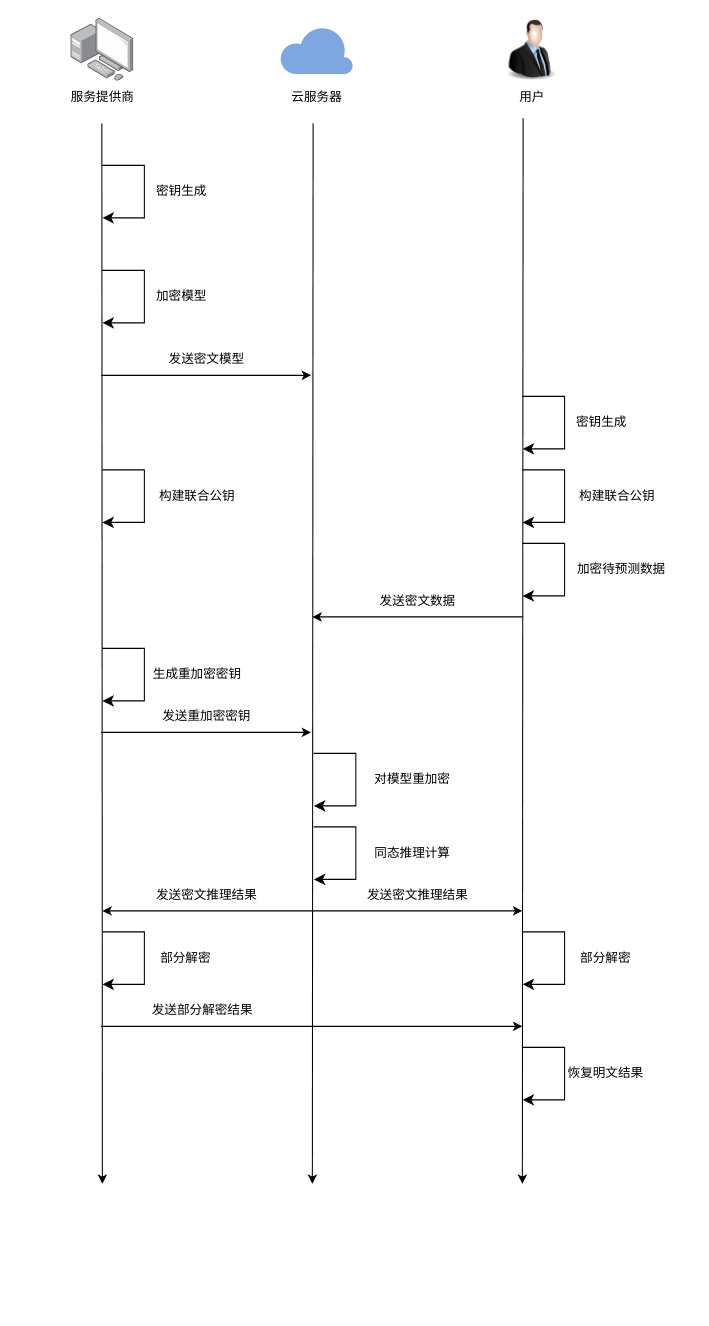
Above: figures/方案流程图新.drawio in mokatto/drawio (draw.io), before the change. Source tidied: cells renumbered, new cells numbered last; positions are measured from the earlier drawing's top-left corner, leaving out a move shared by most shapes. Both pictures are drawn from the tidied source at 105%, with x=0, y=0 at pixel (60, 18).
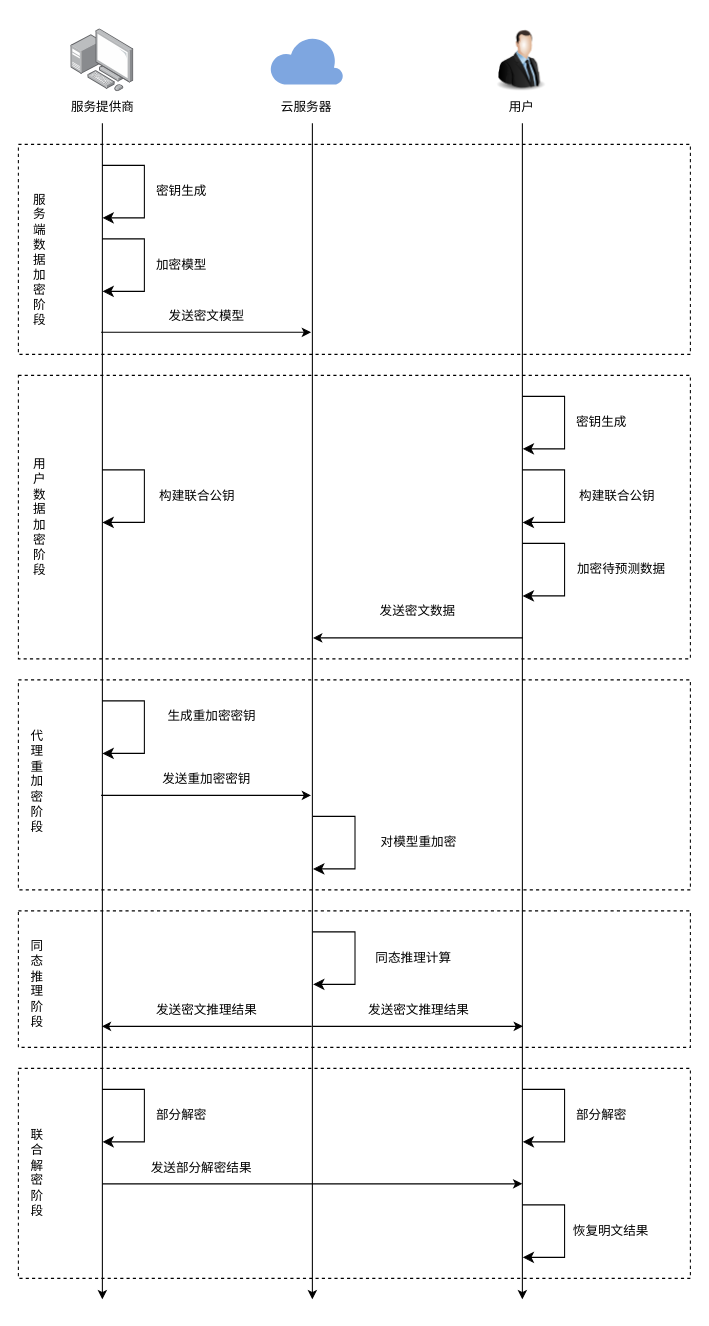
The same page after the edit.

Commit message (it also covers changes not shown here):
更新方案流程图新.drawio

What changed in the source:
```diff
@@
+    <mxCell id="47" style="rounded=0;whiteSpace=wrap;html=1;dashed=1;fillColor=none;" parent="1" vertex="1">
+      <mxGeometry x="-40" y="1000" width="640" height="200" as="geometry" />
+    </mxCell>
+    <mxCell id="48" style="rounded=0;whiteSpace=wrap;html=1;dashed=1;fillColor=none;" parent="1" vertex="1">
+      <mxGeometry x="-40" y="850" width="640" height="130" as="geometry" />
+    </mxCell>
+    <mxCell id="49" style="rounded=0;whiteSpace=wrap;html=1;dashed=1;fillColor=none;" parent="1" vertex="1">
+      <mxGeometry x="-40" y="630" width="640" height="200" as="geometry" />
+    </mxCell>
+    <mxCell id="50" style="rounded=0;whiteSpace=wrap;html=1;dashed=1;fillColor=none;" parent="1" vertex="1">
+      <mxGeometry x="-40" y="120" width="640" height="200" as="geometry" />
+    </mxCell>
     <mxCell id="2" style="image;html=1;image=img/lib/clip_art/people/Suit_Man_128x128.png;" parent="1" vertex="1">
-      <mxGeometry x="418.8" width="60" height="60" as="geometry" />
+      <mxGeometry x="408.8" y="10" width="60" height="60" as="geometry" />
     </mxCell>
     <mxCell id="3" value="用户" style="text;html=1;align=center;verticalAlign=middle;strokeColor=none;fillColor=none;" parent="1" vertex="1">
-      <mxGeometry x="423.8" y="60" width="50" height="30" as="geometry" />
+      <mxGeometry x="413.8" y="70" width="50" height="30" as="geometry" />
     </mxCell>
     <mxCell id="4" style="image;html=1;align=center;shadow=0;dashed=0;image=img/lib/allied_telesis/computer_and_terminals/Personal_Computer_with_Server.svg;" parent="1" vertex="1">
-      <mxGeometry x="10" width="60" height="60" as="geometry" />
+      <mxGeometry x="10" y="10" width="60" height="60" as="geometry" />
     </mxCell>
     <mxCell id="5" value="服务提供商" style="text;html=1;align=center;verticalAlign=middle;strokeColor=none;fillColor=none;" parent="1" vertex="1">
-      <mxGeometry y="60" width="80" height="30" as="geometry" />
+      <mxGeometry y="70" width="80" height="30" as="geometry" />
     </mxCell>
     <mxCell id="6" style="verticalLabelPosition=bottom;html=1;verticalAlign=top;align=center;strokeColor=none;fillColor=#7EA6E0;shape=mxgraph.azure.cloud;" parent="1" vertex="1">
-      <mxGeometry x="208.8" y="7" width="70" height="46" as="geometry" />
+      <mxGeometry x="199.4" y="17" width="70" height="46" as="geometry" />
     </mxCell>
     <mxCell id="7" value="云服务器" style="text;html=1;align=center;verticalAlign=middle;strokeColor=none;fillColor=none;" parent="1" vertex="1">
-      <mxGeometry x="208.8" y="60" width="70" height="30" as="geometry" />
+      <mxGeometry x="199.4" y="70" width="70" height="30" as="geometry" />
     </mxCell>
     <mxCell id="8" style="endArrow=classic;html=1;rounded=0;" parent="1" edge="1">
       <mxGeometry relative="1" as="geometry">
-        <mxPoint x="39.5" y="100" as="sourcePoint" />
-        <mxPoint x="40" y="1110" as="targetPoint" />
+        <mxPoint x="40" y="100" as="sourcePoint" />
+        <mxPoint x="40" y="1220" as="targetPoint" />
       </mxGeometry>
     </mxCell>
     <mxCell id="9" style="endArrow=classic;html=1;rounded=0;" parent="1" edge="1">
       <mxGeometry relative="1" as="geometry">
-        <mxPoint x="240.7" y="100" as="sourcePoint" />
-        <mxPoint x="240" y="1110" as="targetPoint" />
+        <mxPoint x="240" y="100" as="sourcePoint" />
+        <mxPoint x="240" y="1220" as="targetPoint" />
       </mxGeometry>
     </mxCell>
     <mxCell id="10" style="endArrow=classic;html=1;rounded=0;" parent="1" edge="1">
       <mxGeometry relative="1" as="geometry">
-        <mxPoint x="440.7" y="95" as="sourcePoint" />
-        <mxPoint x="440" y="1110" as="targetPoint" />
+        <mxPoint x="440" y="100" as="sourcePoint" />
+        <mxPoint x="440" y="1220" as="targetPoint" />
       </mxGeometry>
     </mxCell>
@@
     <mxCell id="13" style="edgeStyle=elbowEdgeStyle;elbow=horizontal;endArrow=classic;html=1;curved=0;rounded=0;endSize=8;startSize=8;" parent="1" edge="1">
       <mxGeometry relative="1" as="geometry">
-        <mxPoint x="39.8" y="240" as="sourcePoint" />
-        <mxPoint x="40" y="290" as="targetPoint" />
+        <mxPoint x="39.8" y="210" as="sourcePoint" />
+        <mxPoint x="40" y="260" as="targetPoint" />
         <Array as="points">
-          <mxPoint x="80" y="270" />
+          <mxPoint x="80" y="240" />
         </Array>
       </mxGeometry>
     </mxCell>
     <mxCell id="14" value="加密模型" style="text;html=1;align=center;verticalAlign=middle;strokeColor=none;fillColor=none;" parent="1" vertex="1">
-      <mxGeometry x="80" y="250" width="70" height="30" as="geometry" />
+      <mxGeometry x="80" y="220" width="70" height="30" as="geometry" />
     </mxCell>
     <mxCell id="15" style="endArrow=classic;html=1;rounded=0;" parent="1" edge="1">
       <mxGeometry relative="1" as="geometry">
-        <mxPoint x="38.8" y="340" as="sourcePoint" />
-        <mxPoint x="238.8" y="340" as="targetPoint" />
+        <mxPoint x="38.8" y="299" as="sourcePoint" />
+        <mxPoint x="238.8" y="299" as="targetPoint" />
       </mxGeometry>
     </mxCell>
     <mxCell id="16" value="发送密文模型" style="text;html=1;align=center;verticalAlign=middle;strokeColor=none;fillColor=none;" parent="1" vertex="1">
-      <mxGeometry x="88.8" y="310" width="100" height="30" as="geometry" />
+      <mxGeometry x="88.8" y="269" width="100" height="30" as="geometry" />
     </mxCell>
@@
     <mxCell id="25" style="endArrow=classic;html=1;rounded=0;" parent="1" edge="1">
       <mxGeometry relative="1" as="geometry">
-        <mxPoint x="440" y="570" as="sourcePoint" />
-        <mxPoint x="240" y="570" as="targetPoint" />
+        <mxPoint x="440.6" y="590" as="sourcePoint" />
+        <mxPoint x="240.6" y="590" as="targetPoint" />
       </mxGeometry>
     </mxCell>
     <mxCell id="26" value="发送密文数据" style="text;html=1;align=center;verticalAlign=middle;strokeColor=none;fillColor=none;" parent="1" vertex="1">
-      <mxGeometry x="290" y="540" width="100" height="30" as="geometry" />
+      <mxGeometry x="290" y="550" width="100" height="30" as="geometry" />
     </mxCell>
     <mxCell id="27" style="edgeStyle=elbowEdgeStyle;elbow=horizontal;endArrow=classic;html=1;curved=0;rounded=0;endSize=8;startSize=8;" parent="1" edge="1">
       <mxGeometry relative="1" as="geometry">
-        <mxPoint x="39.8" y="600" as="sourcePoint" />
-        <mxPoint x="40" y="650" as="targetPoint" />
+        <mxPoint x="39.8" y="650" as="sourcePoint" />
+        <mxPoint x="40" y="700" as="targetPoint" />
         <Array as="points">
-          <mxPoint x="80" y="630" />
+          <mxPoint x="80" y="680" />
         </Array>
       </mxGeometry>
     </mxCell>
     <mxCell id="28" value="生成重加密密钥" style="text;html=1;align=center;verticalAlign=middle;strokeColor=none;fillColor=none;" parent="1" vertex="1">
-      <mxGeometry x="75" y="610" width="110" height="30" as="geometry" />
+      <mxGeometry x="88.8" y="650" width="110" height="30" as="geometry" />
     </mxCell>
     <mxCell id="29" style="endArrow=classic;html=1;rounded=0;" parent="1" edge="1">
       <mxGeometry relative="1" as="geometry">
-        <mxPoint x="38.8" y="680" as="sourcePoint" />
-        <mxPoint x="238.8" y="680" as="targetPoint" />
+        <mxPoint x="38.8" y="740" as="sourcePoint" />
+        <mxPoint x="238.8" y="740" as="targetPoint" />
       </mxGeometry>
     </mxCell>
     <mxCell id="30" value="发送重加密密钥" style="text;html=1;align=center;verticalAlign=middle;strokeColor=none;fillColor=none;" parent="1" vertex="1">
-      <mxGeometry x="83.8" y="650" width="110" height="30" as="geometry" />
+      <mxGeometry x="84.4" y="710" width="110" height="30" as="geometry" />
     </mxCell>
     <mxCell id="31" style="edgeStyle=elbowEdgeStyle;elbow=horizontal;endArrow=classic;html=1;curved=0;rounded=0;endSize=8;startSize=8;" parent="1" edge="1">
       <mxGeometry relative="1" as="geometry">
-        <mxPoint x="241.2" y="700" as="sourcePoint" />
-        <mxPoint x="241.4" y="750" as="targetPoint" />
+        <mxPoint x="240.4" y="760" as="sourcePoint" />
+        <mxPoint x="240.6" y="810" as="targetPoint" />
         <Array as="points">
-          <mxPoint x="281.4" y="730" />
+          <mxPoint x="280.6" y="790" />
         </Array>
       </mxGeometry>
     </mxCell>
     <mxCell id="32" value="对模型重加密" style="text;html=1;align=center;verticalAlign=middle;strokeColor=none;fillColor=none;" parent="1" vertex="1">
-      <mxGeometry x="285" y="710" width="100" height="30" as="geometry" />
+      <mxGeometry x="290.6" y="770" width="100" height="30" as="geometry" />
     </mxCell>
     <mxCell id="33" style="edgeStyle=elbowEdgeStyle;elbow=horizontal;endArrow=classic;html=1;curved=0;rounded=0;endSize=8;startSize=8;" parent="1" edge="1">
       <mxGeometry relative="1" as="geometry">
-        <mxPoint x="241.2" y="770" as="sourcePoint" />
-        <mxPoint x="241.4" y="820" as="targetPoint" />
+        <mxPoint x="240.4" y="870" as="sourcePoint" />
+        <mxPoint x="240.6" y="920" as="targetPoint" />
         <Array as="points">
-          <mxPoint x="281.4" y="800" />
+          <mxPoint x="280.6" y="900" />
         </Array>
       </mxGeometry>
     </mxCell>
     <mxCell id="34" value="同态推理计算" style="text;html=1;align=center;verticalAlign=middle;strokeColor=none;fillColor=none;" parent="1" vertex="1">
-      <mxGeometry x="285" y="780" width="100" height="30" as="geometry" />
+      <mxGeometry x="285.6" y="880" width="100" height="30" as="geometry" />
     </mxCell>
     <mxCell id="35" style="endArrow=classic;html=1;rounded=0;" parent="1" edge="1">
       <mxGeometry relative="1" as="geometry">
-        <mxPoint x="240" y="850" as="sourcePoint" />
-        <mxPoint x="440" y="850" as="targetPoint" />
+        <mxPoint x="240.6" y="960" as="sourcePoint" />
+        <mxPoint x="440.6" y="960" as="targetPoint" />
       </mxGeometry>
     </mxCell>
     <mxCell id="36" style="endArrow=classic;html=1;rounded=0;" parent="1" edge="1">
       <mxGeometry relative="1" as="geometry">
-        <mxPoint x="240" y="850" as="sourcePoint" />
-        <mxPoint x="40" y="850" as="targetPoint" />
+        <mxPoint x="239.4" y="960" as="sourcePoint" />
+        <mxPoint x="39.4" y="960" as="targetPoint" />
       </mxGeometry>
     </mxCell>
     <mxCell id="37" value="发送密文推理结果" style="text;html=1;align=center;verticalAlign=middle;strokeColor=none;fillColor=none;" parent="1" vertex="1">
-      <mxGeometry x="78.8" y="820" width="120" height="30" as="geometry" />
+      <mxGeometry x="79.4" y="930" width="120" height="30" as="geometry" />
     </mxCell>
     <mxCell id="38" value="发送密文推理结果" style="text;html=1;align=center;verticalAlign=middle;strokeColor=none;fillColor=none;" parent="1" vertex="1">
-      <mxGeometry x="280" y="820" width="120" height="30" as="geometry" />
+      <mxGeometry x="280.6" y="930" width="120" height="30" as="geometry" />
     </mxCell>
     <mxCell id="39" style="edgeStyle=elbowEdgeStyle;elbow=horizontal;endArrow=classic;html=1;curved=0;rounded=0;endSize=8;startSize=8;" parent="1" edge="1">
       <mxGeometry relative="1" as="geometry">
-        <mxPoint x="39.8" y="870" as="sourcePoint" />
-        <mxPoint x="40" y="920" as="targetPoint" />
+        <mxPoint x="39.8" y="1020" as="sourcePoint" />
+        <mxPoint x="40" y="1070" as="targetPoint" />
         <Array as="points">
-          <mxPoint x="80" y="900" />
+          <mxPoint x="80" y="1050" />
         </Array>
       </mxGeometry>
     </mxCell>
     <mxCell id="40" value="部分解密" style="text;html=1;align=center;verticalAlign=middle;strokeColor=none;fillColor=none;" parent="1" vertex="1">
-      <mxGeometry x="83.8" y="880" width="70" height="30" as="geometry" />
+      <mxGeometry x="80" y="1030" width="70" height="30" as="geometry" />
     </mxCell>
     <mxCell id="41" style="edgeStyle=elbowEdgeStyle;elbow=horizontal;endArrow=classic;html=1;curved=0;rounded=0;endSize=8;startSize=8;" parent="1" edge="1">
       <mxGeometry relative="1" as="geometry">
-        <mxPoint x="440" y="870" as="sourcePoint" />
-        <mxPoint x="440.2" y="920" as="targetPoint" />
+        <mxPoint x="440" y="1020" as="sourcePoint" />
+        <mxPoint x="440.2" y="1070" as="targetPoint" />
         <Array as="points">
-          <mxPoint x="480.2" y="900" />
+          <mxPoint x="480.2" y="1050" />
         </Array>
       </mxGeometry>
     </mxCell>
     <mxCell id="42" value="部分解密" style="text;html=1;align=center;verticalAlign=middle;strokeColor=none;fillColor=none;" parent="1" vertex="1">
-      <mxGeometry x="484" y="880" width="70" height="30" as="geometry" />
+      <mxGeometry x="480.2" y="1030" width="70" height="30" as="geometry" />
     </mxCell>
     <mxCell id="43" style="endArrow=classic;html=1;rounded=0;" parent="1" edge="1">
       <mxGeometry relative="1" as="geometry">
-        <mxPoint x="38.8" y="960" as="sourcePoint" />
-        <mxPoint x="440" y="960" as="targetPoint" />
+        <mxPoint x="40" y="1110" as="sourcePoint" />
+        <mxPoint x="440" y="1110" as="targetPoint" />
         <Array as="points">
-          <mxPoint x="250" y="960" />
+          <mxPoint x="254.4" y="1110" />
         </Array>
       </mxGeometry>
     </mxCell>
     <mxCell id="44" value="发送部分解密结果" style="text;html=1;align=center;verticalAlign=middle;strokeColor=none;fillColor=none;" parent="1" vertex="1">
-      <mxGeometry x="75" y="930" width="120" height="30" as="geometry" />
+      <mxGeometry x="74.4" y="1080" width="120" height="30" as="geometry" />
     </mxCell>
     <mxCell id="45" style="edgeStyle=elbowEdgeStyle;elbow=horizontal;endArrow=classic;html=1;curved=0;rounded=0;endSize=8;startSize=8;" parent="1" edge="1">
       <mxGeometry relative="1" as="geometry">
-        <mxPoint x="440" y="980" as="sourcePoint" />
-        <mxPoint x="440.2" y="1030" as="targetPoint" />
+        <mxPoint x="440" y="1130" as="sourcePoint" />
+        <mxPoint x="440.2" y="1180" as="targetPoint" />
         <Array as="points">
-          <mxPoint x="480.2" y="1010" />
+          <mxPoint x="480.2" y="1160" />
         </Array>
       </mxGeometry>
     </mxCell>
     <mxCell id="46" value="恢复明文结果" style="text;html=1;align=center;verticalAlign=middle;strokeColor=none;fillColor=none;" parent="1" vertex="1">
-      <mxGeometry x="469" y="990" width="100" height="30" as="geometry" />
+      <mxGeometry x="473.8" y="1140" width="100" height="30" as="geometry" />
     </mxCell>
+    <mxCell id="51" value="服&lt;br&gt;务&lt;br&gt;端&lt;br&gt;数&lt;br&gt;据&lt;br&gt;加&lt;br&gt;密&lt;br&gt;阶&lt;br&gt;段" style="text;html=1;align=center;verticalAlign=middle;strokeColor=none;fillColor=none;" parent="1" vertex="1">
+      <mxGeometry x="-40" y="160" width="40" height="140" as="geometry" />
+    </mxCell>
+    <mxCell id="52" style="rounded=0;whiteSpace=wrap;html=1;dashed=1;fillColor=none;" parent="1" vertex="1">
+      <mxGeometry x="-40" y="340" width="640" height="270" as="geometry" />
+    </mxCell>
+    <mxCell id="53" value="用&lt;br&gt;户&lt;br&gt;数&lt;br&gt;据&lt;br&gt;加&lt;br&gt;密&lt;br&gt;阶&lt;br&gt;段" style="text;html=1;align=center;verticalAlign=middle;strokeColor=none;fillColor=none;" parent="1" vertex="1">
+      <mxGeometry x="-40" y="410" width="40" height="130" as="geometry" />
+    </mxCell>
+    <mxCell id="54" value="&lt;span style=&quot;color: rgb(0, 0, 0); font-family: Helvetica; font-size: 12px; font-style: normal; font-variant-ligatures: normal; font-variant-caps: normal; font-weight: 400; letter-spacing: normal; orphans: 2; text-align: center; text-indent: 0px; text-transform: none; widows: 2; word-spacing: 0px; -webkit-text-stroke-width: 0px; background-color: rgb(255, 255, 255); text-decoration-thickness: initial; text-decoration-style: initial; text-decoration-color: initial; float: none; display: inline !important;&quot;&gt;代&lt;/span&gt;&lt;br style=&quot;border-color: var(--border-color); color: rgb(0, 0, 0); font-family: Helvetica; font-size: 12px; font-style: normal; font-variant-ligatures: normal; font-variant-caps: normal; font-weight: 400; letter-spacing: normal; orphans: 2; text-align: center; text-indent: 0px; text-transform: none; widows: 2; word-spacing: 0px; -webkit-text-stroke-width: 0px; background-color: rgb(255, 255, 255); text-decoration-thickness: initial; text-decoration-style: initial; text-decoration-color: initial;&quot;&gt;&lt;span style=&quot;color: rgb(0, 0, 0); font-family: Helvetica; font-size: 12px; font-style: normal; font-variant-ligatures: normal; font-variant-caps: normal; font-weight: 400; letter-spacing: normal; orphans: 2; text-align: center; text-indent: 0px; text-transform: none; widows: 2; word-spacing: 0px; -webkit-text-stroke-width: 0px; background-color: rgb(255, 255, 255); text-decoration-thickness: initial; text-decoration-style: initial; text-decoration-color: initial; float: none; display: inline !important;&quot;&gt;理&lt;/span&gt;&lt;br style=&quot;border-color: var(--border-color); color: rgb(0, 0, 0); font-family: Helvetica; font-size: 12px; font-style: normal; font-variant-ligatures: normal; font-variant-caps: normal; font-weight: 400; letter-spacing: normal; orphans: 2; text-align: center; text-indent: 0px; text-transform: none; widows: 2; word-spacing: 0px; -webkit-text-stroke-width: 0px; background-color: rgb(255, 255, 255); text-decoration-thickness: initial; text-decoration-style: initial; text-decoration-color: initial;&quot;&gt;&lt;span style=&quot;color: rgb(0, 0, 0); font-family: Helvetica; font-size: 12px; font-style: normal; font-variant-ligatures: normal; font-variant-caps: normal; font-weight: 400; letter-spacing: normal; orphans: 2; text-align: center; text-indent: 0px; text-transform: none; widows: 2; word-spacing: 0px; -webkit-text-stroke-width: 0px; background-color: rgb(255, 255, 255); text-decoration-thickness: initial; text-decoration-style: initial; text-decoration-color: initial; float: none; display: inline !important;&quot;&gt;重&lt;/span&gt;&lt;br style=&quot;border-color: var(--border-color); color: rgb(0, 0, 0); font-family: Helvetica; font-size: 12px; font-style: normal; font-variant-ligatures: normal; font-variant-caps: normal; font-weight: 400; letter-spacing: normal; orphans: 2; text-align: center; text-indent: 0px; text-transform: none; widows: 2; word-spacing: 0px; -webkit-text-stroke-width: 0px; background-color: rgb(255, 255, 255); text-decoration-thickness: initial; text-decoration-style: initial; text-decoration-color: initial;&quot;&gt;&lt;span style=&quot;color: rgb(0, 0, 0); font-family: Helvetica; font-size: 12px; font-style: normal; font-variant-ligatures: normal; font-variant-caps: normal; font-weight: 400; letter-spacing: normal; orphans: 2; text-align: center; text-indent: 0px; text-transform: none; widows: 2; word-spacing: 0px; -webkit-text-stroke-width: 0px; background-color: rgb(255, 255, 255); text-decoration-thickness: initial; text-decoration-style: initial; text-decoration-color: initial; float: none; display: inline !important;&quot;&gt;加&lt;/span&gt;&lt;br style=&quot;border-color: var(--border-color); color: rgb(0, 0, 0); font-family: Helvetica; font-size: 12px; font-style: normal; font-variant-ligatures: normal; font-variant-caps: normal; font-weight: 400; letter-spacing: normal; orphans: 2; text-align: center; text-indent: 0px; text-transform: none; widows: 2; word-spacing: 0px; -webkit-text-stroke-width: 0px; background-color: rgb(255, 255, 255); text-decoration-thickness: initial; text-decoration-style: initial; text-decoration-color: initial;&quot;&gt;&lt;span style=&quot;color: rgb(0, 0, 0); font-family: Helvetica; font-size: 12px; font-style: normal; font-variant-ligatures: normal; font-variant-caps: normal; font-weight: 400; letter-spacing: normal; orphans: 2; text-align: center; text-indent: 0px; text-transform: none; widows: 2; word-spacing: 0px; -webkit-text-stroke-width: 0px; background-color: rgb(255, 255, 255); text-decoration-thickness: initial; text-decoration-style: initial; text-decoration-color: initial; float: none; display: inline !important;&quot;&gt;密&lt;/span&gt;&lt;br style=&quot;border-color: var(--border-color); color: rgb(0, 0, 0); font-family: Helvetica; font-size: 12px; font-style: normal; font-variant-ligatures: normal; font-variant-caps: normal; font-weight: 400; letter-spacing: normal; orphans: 2; text-align: center; text-indent: 0px; text-transform: none; widows: 2; word-spacing: 0px; -webkit-text-stroke-width: 0px; background-color: rgb(255, 255, 255); text-decoration-thickness: initial; text-decoration-style: initial; text-decoration-color: initial;&quot;&gt;&lt;span style=&quot;color: rgb(0, 0, 0); font-family: Helvetica; font-size: 12px; font-style: normal; font-variant-ligatures: normal; font-variant-caps: normal; font-weight: 400; letter-spacing: normal; orphans: 2; text-align: center; text-indent: 0px; text-transform: none; widows: 2; word-spacing: 0px; -webkit-text-stroke-width: 0px; background-color: rgb(255, 255, 255); text-decoration-thickness: initial; text-decoration-style: initial; text-decoration-color: initial; float: none; display: inline !important;&quot;&gt;阶&lt;/span&gt;&lt;br style=&quot;border-color: var(--border-color); color: rgb(0, 0, 0); font-family: Helvetica; font-size: 12px; font-style: normal; font-variant-ligatures: normal; font-variant-caps: normal; font-weight: 400; letter-spacing: normal; orphans: 2; text-align: center; text-indent: 0px; text-transform: none; widows: 2; word-spacing: 0px; -webkit-text-stroke-width: 0px; background-color: rgb(255, 255, 255); text-decoration-thickness: initial; text-decoration-style: initial; text-decoration-color: initial;&quot;&gt;&lt;span style=&quot;color: rgb(0, 0, 0); font-family: Helvetica; font-size: 12px; font-style: normal; font-variant-ligatures: normal; font-variant-caps: normal; font-weight: 400; letter-spacing: normal; orphans: 2; text-align: center; text-indent: 0px; text-transform: none; widows: 2; word-spacing: 0px; -webkit-text-stroke-width: 0px; background-color: rgb(255, 255, 255); text-decoration-thickness: initial; text-decoration-style: initial; text-decoration-color: initial; float: none; display: inline !important;&quot;&gt;段&lt;/span&gt;" style="text;whiteSpace=wrap;html=1;" parent="1" vertex="1">
+      <mxGeometry x="-30" y="670" width="50" height="120" as="geometry" />
+    </mxCell>
+    <mxCell id="55" value="&lt;div style=&quot;text-align: center;&quot;&gt;&lt;span style=&quot;background-color: initial;&quot;&gt;同&lt;/span&gt;&lt;/div&gt;&lt;div style=&quot;text-align: center;&quot;&gt;&lt;span style=&quot;background-color: initial;&quot;&gt;态&lt;/span&gt;&lt;/div&gt;&lt;div style=&quot;text-align: center;&quot;&gt;&lt;span style=&quot;background-color: initial;&quot;&gt;推&lt;/span&gt;&lt;/div&gt;&lt;div style=&quot;text-align: center;&quot;&gt;&lt;span style=&quot;background-color: initial;&quot;&gt;理&lt;/span&gt;&lt;/div&gt;&lt;div style=&quot;text-align: center;&quot;&gt;&lt;span style=&quot;background-color: initial;&quot;&gt;阶&lt;/span&gt;&lt;/div&gt;&lt;div style=&quot;text-align: center;&quot;&gt;&lt;span style=&quot;background-color: initial;&quot;&gt;段&lt;/span&gt;&lt;/div&gt;" style="text;whiteSpace=wrap;html=1;" parent="1" vertex="1">
+      <mxGeometry x="-30" y="870" width="50" height="120" as="geometry" />
+    </mxCell>
+    <mxCell id="56" value="&lt;div style=&quot;text-align: center;&quot;&gt;联&lt;/div&gt;&lt;div style=&quot;text-align: center;&quot;&gt;合&lt;/div&gt;&lt;div style=&quot;text-align: center;&quot;&gt;解&lt;/div&gt;&lt;div style=&quot;text-align: center;&quot;&gt;密&lt;/div&gt;&lt;div style=&quot;text-align: center;&quot;&gt;阶&lt;/div&gt;&lt;div style=&quot;text-align: center;&quot;&gt;段&lt;/div&gt;" style="text;whiteSpace=wrap;html=1;" parent="1" vertex="1">
+      <mxGeometry x="-30" y="1050" width="50" height="120" as="geometry" />
+    </mxCell>
```
